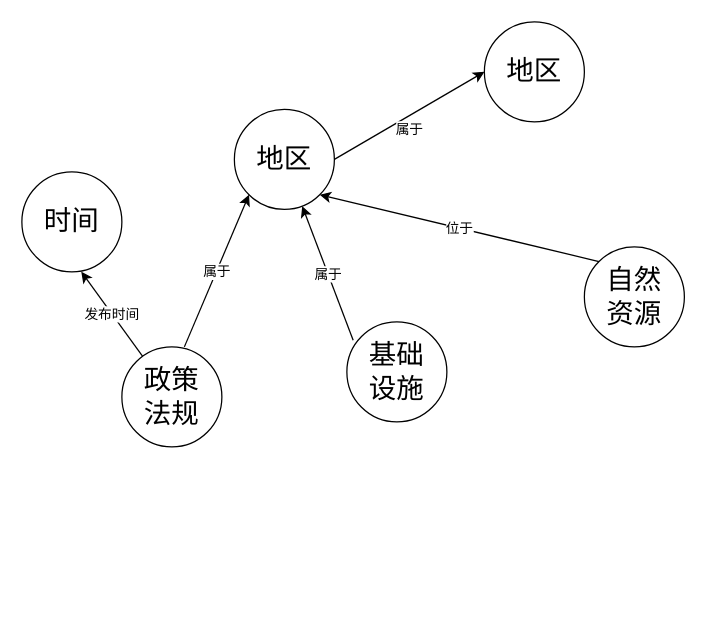
Before: KG-schema.drawio in nlper-77/seq_labeling, a draw.io diagram. Source tidied: cells renumbered, new cells numbered last; positions are measured from the earlier drawing's top-left corner, leaving out a move shared by most shapes. Both pictures are drawn from the tidied source at 125%, with x=0, y=0 at pixel (21, 21).
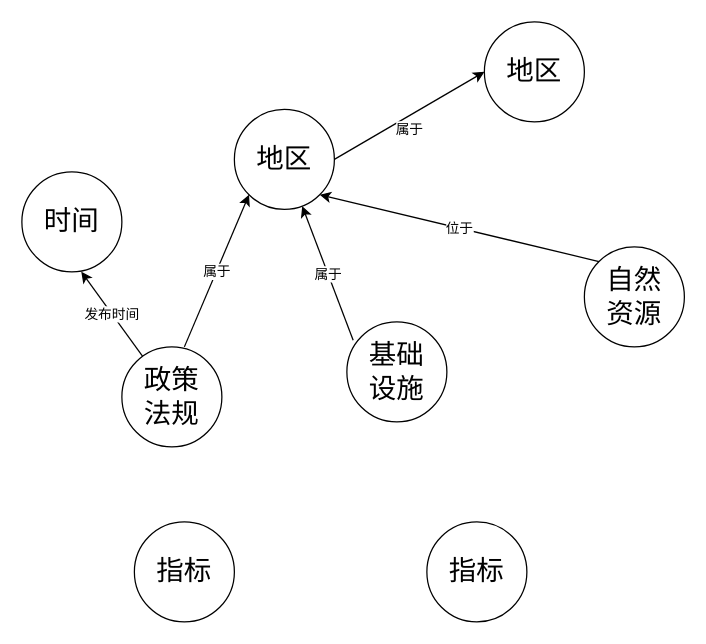
Above is the later version.

Change to the diagram source:
```diff
@@
+    <mxCell id="18" value="&lt;span style=&quot;font-size: 22px;&quot;&gt;指标&lt;br&gt;&lt;/span&gt;" style="ellipse;whiteSpace=wrap;html=1;" parent="1" vertex="1">
+      <mxGeometry x="90" y="400" width="80" height="80" as="geometry" />
+    </mxCell>
+    <mxCell id="19" value="&lt;span style=&quot;font-size: 22px;&quot;&gt;指标&lt;br&gt;&lt;/span&gt;" style="ellipse;whiteSpace=wrap;html=1;" parent="1" vertex="1">
+      <mxGeometry x="324" y="400" width="80" height="80" as="geometry" />
+    </mxCell>
```
